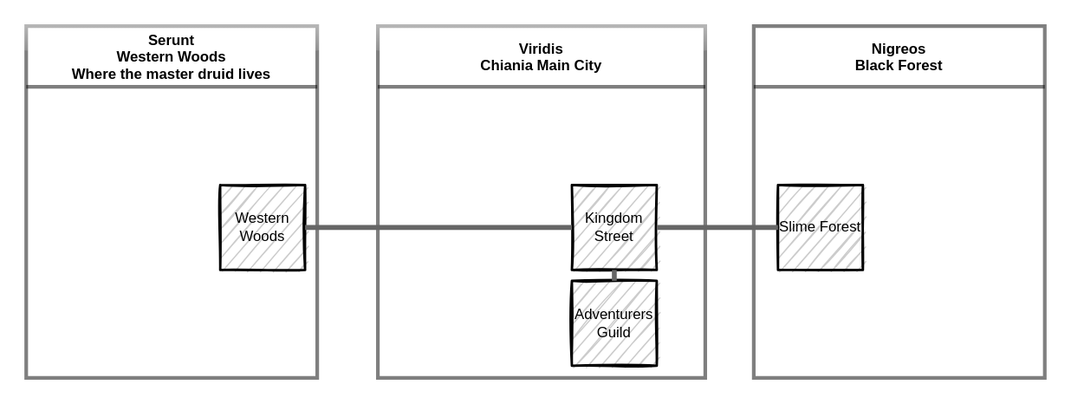
Before: public/world/include/chiania_world_map.drawio.svg, a diagram exported from draw.io (RudolfAchter/chiania). Source tidied: cells renumbered, new cells last; positions are measured from the earlier drawing's top-left corner, leaving out a move shared by most shapes.
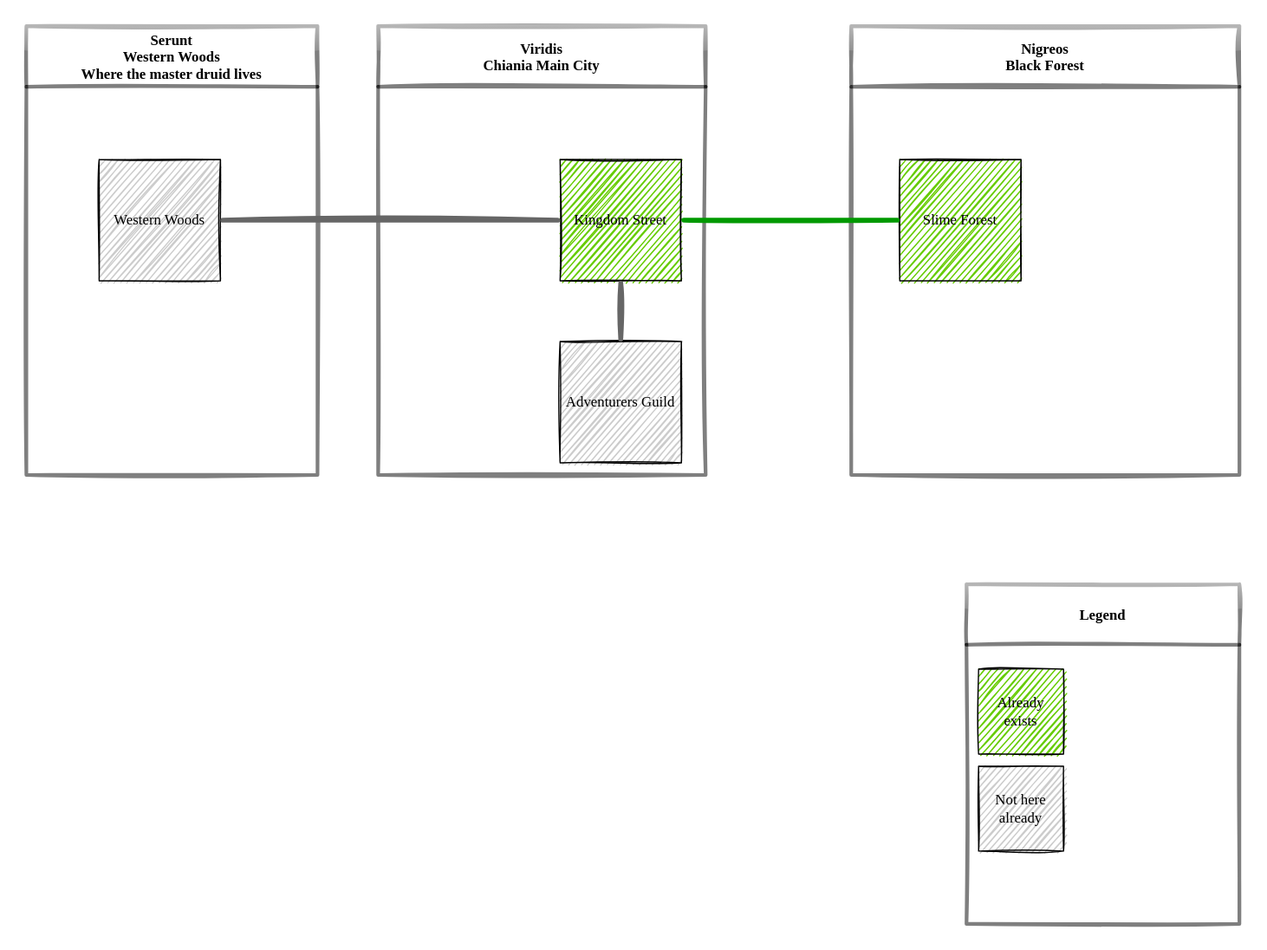
The same file after the commit.

Diff of the diagram source:
```diff
@@ -2,35 +2,44 @@
   <root>
     <mxCell id="0" />
     <mxCell id="1" parent="0" />
-    <mxCell id="2" value="Viridis &#10;Chiania Main City" style="swimlane;glass=1;swimlaneLine=1;swimlaneFillColor=default;gradientColor=none;fillColor=default;sketch=0;shadow=0;rounded=0;opacity=50;strokeWidth=3;startSize=50;" parent="1" vertex="1">
-      <mxGeometry x="290" width="270" height="290" as="geometry" />
+    <mxCell id="2" value="Viridis &#10;Chiania Main City" style="swimlane;glass=1;swimlaneLine=1;swimlaneFillColor=default;gradientColor=none;fillColor=default;sketch=1;shadow=0;rounded=0;opacity=50;strokeWidth=3;startSize=50;fontFamily=&quot;8-bit Operator+&quot;;" parent="1" vertex="1">
+      <mxGeometry x="290" width="270" height="370" as="geometry" />
     </mxCell>
-    <mxCell id="3" value="Kingdom Street" style="rounded=0;whiteSpace=wrap;html=1;sketch=1;fillColor=#CCCCCC;strokeWidth=2;" parent="2" vertex="1">
-      <mxGeometry x="160" y="131" width="70" height="70" as="geometry" />
+    <mxCell id="3" value="Kingdom Street" style="rounded=0;whiteSpace=wrap;html=1;sketch=1;fillColor=#66CC00;strokeWidth=1;fontFamily=&quot;8-bit Operator+&quot;;perimeterSpacing=2;labelBackgroundColor=none;labelBorderColor=none;spacing=4;" parent="2" vertex="1">
+      <mxGeometry x="150" y="110" width="100" height="100" as="geometry" />
     </mxCell>
-    <mxCell id="4" value="Adventurers Guild" style="rounded=0;whiteSpace=wrap;html=1;sketch=1;fillColor=#CCCCCC;strokeWidth=2;" parent="2" vertex="1">
-      <mxGeometry x="160" y="210" width="70" height="70" as="geometry" />
+    <mxCell id="4" value="Adventurers Guild" style="rounded=0;whiteSpace=wrap;html=1;sketch=1;fillColor=#CCCCCC;strokeWidth=1;fontFamily=&quot;8-bit Operator+&quot;;perimeterSpacing=2;spacingTop=0;spacingLeft=0;spacing=4;" parent="2" vertex="1">
+      <mxGeometry x="150" y="260" width="100" height="100" as="geometry" />
     </mxCell>
-    <mxCell id="5" style="edgeStyle=none;html=1;endArrow=none;endFill=0;exitX=0.5;exitY=1;exitDx=0;exitDy=0;entryX=0.5;entryY=0;entryDx=0;entryDy=0;strokeWidth=4;strokeColor=#666666;" parent="2" edge="1" source="3" target="4">
+    <mxCell id="5" style="edgeStyle=none;html=1;endArrow=none;endFill=0;exitX=0.5;exitY=1;exitDx=0;exitDy=0;entryX=0.5;entryY=0;entryDx=0;entryDy=0;strokeWidth=4;strokeColor=#666666;sketch=1;" parent="2" edge="1" source="3" target="4">
       <mxGeometry relative="1" as="geometry" />
     </mxCell>
-    <mxCell id="6" value="Nigreos&#10;Black Forest" style="swimlane;&#10;swimlaneFillColor=#999999;&#10;fillColor=#66CC00;&#10;swimlaneLine=1;swimlaneFillColor=default;&#10;opacity=50%;opacity=50;strokeWidth=3;startSize=50;" parent="1" vertex="1">
-      <mxGeometry x="600" width="240" height="290" as="geometry" />
+    <mxCell id="6" value="Nigreos&#10;Black Forest" style="swimlane;&#10;swimlaneFillColor=#999999;&#10;fillColor=#66CC00;&#10;swimlaneLine=1;swimlaneFillColor=default;&#10;opacity=50%;opacity=50;strokeWidth=3;startSize=50;fontFamily=&quot;8-bit Operator+&quot;;glass=1;gradientColor=none;sketch=1;shadow=0;rounded=0;" parent="1" vertex="1">
+      <mxGeometry x="680" width="320" height="370" as="geometry" />
     </mxCell>
-    <mxCell id="7" value="Slime Forest" style="rounded=0;whiteSpace=wrap;html=1;sketch=1;fillColor=#CCCCCC;strokeWidth=2;" parent="6" vertex="1">
-      <mxGeometry x="20" y="131" width="70" height="70" as="geometry" />
+    <mxCell id="7" value="Slime Forest" style="rounded=0;whiteSpace=wrap;html=1;sketch=1;fillColor=#66CC00;strokeWidth=1;fontFamily=&quot;8-bit Operator+&quot;;gradientColor=none;perimeterSpacing=2;labelBackgroundColor=none;labelBorderColor=none;spacing=4;" parent="6" vertex="1">
+      <mxGeometry x="40" y="110" width="100" height="100" as="geometry" />
     </mxCell>
-    <mxCell id="8" value="Serunt&#10;Western Woods&#10;Where the master druid lives" style="swimlane;glass=1;fillColor=default;gradientColor=none;swimlaneFillColor=default;sketch=0;swimlaneLine=1;opacity=50;strokeWidth=3;startSize=50;" parent="1" vertex="1">
-      <mxGeometry width="240" height="290" as="geometry" />
+    <mxCell id="8" value="Serunt&#10;Western Woods&#10;Where the master druid lives" style="swimlane;glass=1;fillColor=default;gradientColor=none;swimlaneFillColor=default;sketch=1;swimlaneLine=1;opacity=50;strokeWidth=3;startSize=50;fontFamily=&quot;8-bit Operator+&quot;;shadow=0;rounded=0;" parent="1" vertex="1">
+      <mxGeometry width="240" height="370" as="geometry" />
     </mxCell>
-    <mxCell id="9" value="Western Woods" style="rounded=0;whiteSpace=wrap;html=1;sketch=1;fillColor=#CCCCCC;strokeWidth=2;" parent="8" vertex="1">
-      <mxGeometry x="160" y="131" width="70" height="70" as="geometry" />
+    <mxCell id="9" value="Western Woods" style="rounded=0;whiteSpace=wrap;html=1;sketch=1;fillColor=#CCCCCC;strokeWidth=1;fontFamily=&quot;8-bit Operator+&quot;;perimeterSpacing=2;spacingTop=0;spacingLeft=0;spacing=4;" parent="8" vertex="1">
+      <mxGeometry x="60" y="110" width="100" height="100" as="geometry" />
     </mxCell>
-    <mxCell id="10" style="edgeStyle=none;html=1;endArrow=none;endFill=0;strokeWidth=4;strokeColor=#666666;" parent="1" edge="1" source="3" target="9">
+    <mxCell id="10" style="edgeStyle=none;html=1;endArrow=none;endFill=0;strokeWidth=4;strokeColor=#666666;sketch=1;" parent="1" edge="1" source="3" target="9">
       <mxGeometry relative="1" as="geometry" />
     </mxCell>
-    <mxCell id="11" style="edgeStyle=none;html=1;endArrow=none;endFill=0;strokeWidth=4;strokeColor=#666666;" parent="1" edge="1" source="3" target="7">
+    <mxCell id="11" style="edgeStyle=none;html=1;endArrow=none;endFill=0;strokeWidth=4;strokeColor=#009900;sketch=1;" parent="1" edge="1" source="3" target="7">
       <mxGeometry relative="1" as="geometry" />
     </mxCell>
+    <mxCell id="12" value="Legend" style="swimlane;fillColor=default;startSize=50;swimlaneFillColor=default;opacity=50;strokeWidth=3;fontFamily=&quot;8-bit Operator+&quot;;glass=1;gradientColor=none;sketch=1;shadow=0;rounded=0;" parent="1" vertex="1">
+      <mxGeometry x="775" y="460" width="225" height="280" as="geometry" />
+    </mxCell>
+    <mxCell id="13" value="Already exists" style="rounded=0;whiteSpace=wrap;html=1;sketch=1;fillColor=#66CC00;strokeWidth=1;fontFamily=&quot;8-bit Operator+&quot;;" parent="12" vertex="1">
+      <mxGeometry x="10" y="70" width="70" height="70" as="geometry" />
+    </mxCell>
+    <mxCell id="14" value="Not here already" style="rounded=0;whiteSpace=wrap;html=1;sketch=1;fillColor=#CCCCCC;strokeWidth=1;fontFamily=&quot;8-bit Operator+&quot;;" parent="12" vertex="1">
+      <mxGeometry x="10" y="150" width="70" height="70" as="geometry" />
+    </mxCell>
   </root>
 </mxGraphModel>
```
